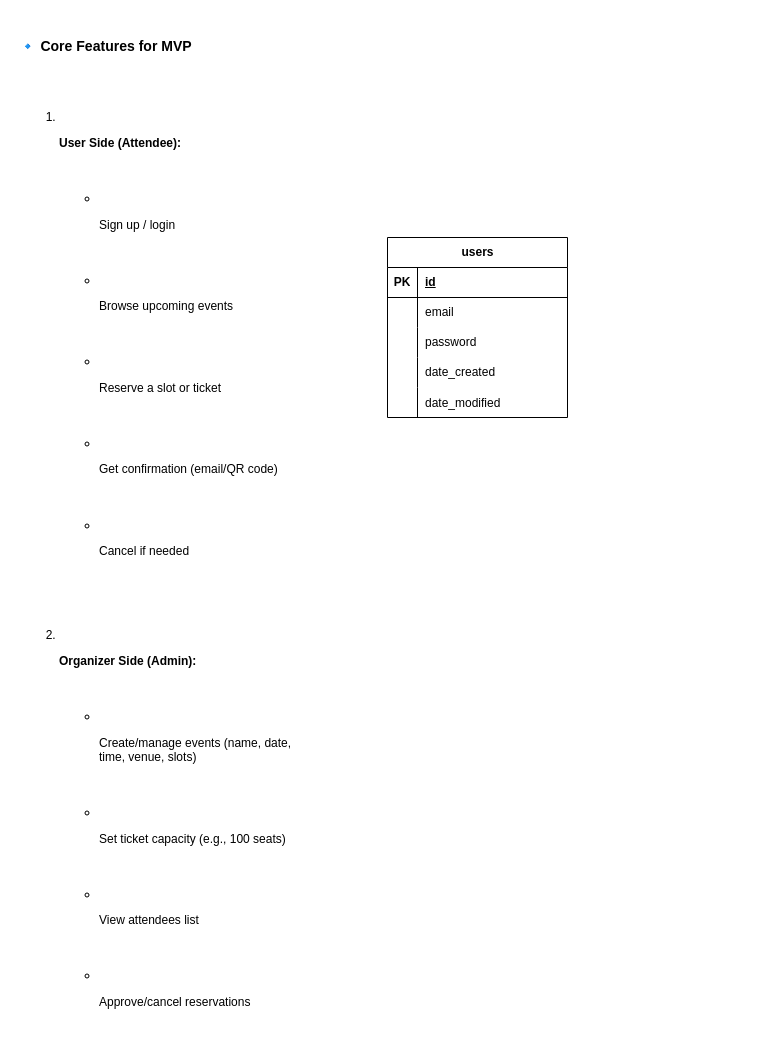
Jay200123/Reservation-API keeps this draw.io diagram as todo-reservation.drawio. Above is the earlier version. Source tidied: cells renumbered, new cells numbered last; positions are measured from the earlier drawing's top-left corner, leaving out a move shared by most shapes. Both pictures are drawn from the tidied source at 100%, with x=0, y=0 at pixel (17, 17).
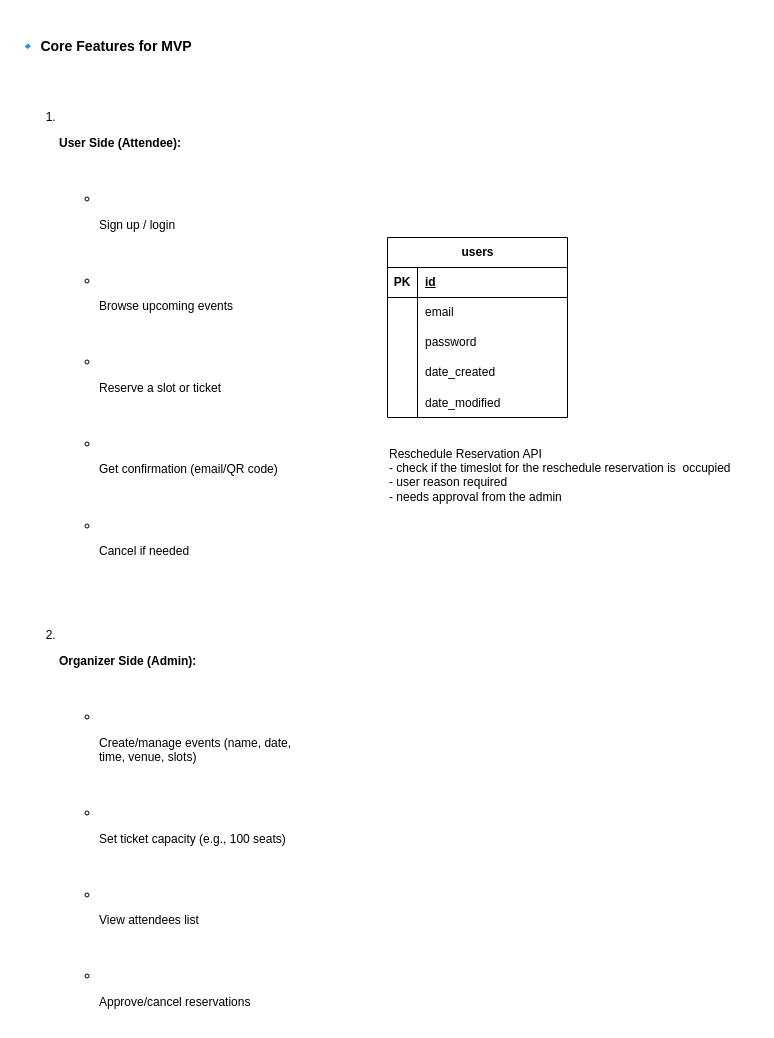
The same page after the edit.

Commit message:
Changed todo-reservation draw.io

The edit, as a diff of the source:
```diff
@@
 <mxGraphModel>
   <root>
     <mxCell id="0" />
     <mxCell id="1" parent="0" />
     <mxCell id="2" value="&lt;h3&gt;🔹 Core Features for MVP&lt;/h3&gt;&#10;&lt;ol&gt;&#10;&lt;li&gt;&#10;&lt;p&gt;&lt;strong&gt;User Side (Attendee):&lt;/strong&gt;&lt;/p&gt;&#10;&lt;ul&gt;&#10;&lt;li&gt;&#10;&lt;p&gt;Sign up / login&lt;/p&gt;&#10;&lt;/li&gt;&#10;&lt;li&gt;&#10;&lt;p&gt;Browse upcoming events&lt;/p&gt;&#10;&lt;/li&gt;&#10;&lt;li&gt;&#10;&lt;p&gt;Reserve a slot or ticket&lt;/p&gt;&#10;&lt;/li&gt;&#10;&lt;li&gt;&#10;&lt;p&gt;Get confirmation (email/QR code)&lt;/p&gt;&#10;&lt;/li&gt;&#10;&lt;li&gt;&#10;&lt;p&gt;Cancel if needed&lt;/p&gt;&#10;&lt;/li&gt;&#10;&lt;/ul&gt;&#10;&lt;/li&gt;&#10;&lt;li&gt;&#10;&lt;p&gt;&lt;strong&gt;Organizer Side (Admin):&lt;/strong&gt;&lt;/p&gt;&#10;&lt;ul&gt;&#10;&lt;li&gt;&#10;&lt;p&gt;Create/manage events (name, date, time, venue, slots)&lt;/p&gt;&#10;&lt;/li&gt;&#10;&lt;li&gt;&#10;&lt;p&gt;Set ticket capacity (e.g., 100 seats)&lt;/p&gt;&#10;&lt;/li&gt;&#10;&lt;li&gt;&#10;&lt;p&gt;View attendees list&lt;/p&gt;&#10;&lt;/li&gt;&#10;&lt;li&gt;&#10;&lt;p&gt;Approve/cancel reservations&lt;/p&gt;&lt;/li&gt;&lt;/ul&gt;&lt;/li&gt;&lt;/ol&gt;" style="text;whiteSpace=wrap;html=1;" parent="1" vertex="1">
       <mxGeometry width="300" height="510" as="geometry" />
     </mxCell>
     <mxCell id="3" value="users" style="shape=table;startSize=30;childLayout=tableLayout;rowLines=0;fontStyle=1;align=center;html=1;" parent="1" vertex="1">
       <mxGeometry x="370" y="220" width="180" height="180" as="geometry" />
     </mxCell>
     <mxCell id="4" style="shape=tableRow;horizontal=0;startSize=0;swimlaneHead=0;swimlaneBody=0;fillColor=none;top=0;left=0;right=0;bottom=1;" parent="3" vertex="1">
       <mxGeometry y="30" width="180" height="30" as="geometry" />
     </mxCell>
     <mxCell id="5" value="PK" style="shape=partialRectangle;fillColor=none;top=0;left=0;bottom=0;right=0;fontStyle=1;overflow=hidden;whiteSpace=wrap;html=1;" parent="4" vertex="1">
       <mxGeometry width="30" height="30" as="geometry" />
     </mxCell>
     <mxCell id="6" value="id" style="shape=partialRectangle;fillColor=none;top=0;left=0;bottom=0;right=0;align=left;spacingLeft=6;fontStyle=5;overflow=hidden;whiteSpace=wrap;html=1;" parent="4" vertex="1">
       <mxGeometry x="30" width="150" height="30" as="geometry" />
     </mxCell>
     <mxCell id="7" style="shape=tableRow;horizontal=0;startSize=0;swimlaneHead=0;swimlaneBody=0;fillColor=none;top=0;left=0;right=0;bottom=0;" parent="3" vertex="1">
       <mxGeometry y="60" width="180" height="30" as="geometry" />
     </mxCell>
     <mxCell id="8" style="shape=partialRectangle;fillColor=none;top=0;left=0;bottom=0;right=0;overflow=hidden;whiteSpace=wrap;html=1;" parent="7" vertex="1">
       <mxGeometry width="30" height="30" as="geometry" />
     </mxCell>
     <mxCell id="9" value="email" style="shape=partialRectangle;fillColor=none;top=0;left=0;bottom=0;right=0;align=left;spacingLeft=6;overflow=hidden;whiteSpace=wrap;html=1;" parent="7" vertex="1">
       <mxGeometry x="30" width="150" height="30" as="geometry" />
     </mxCell>
     <mxCell id="10" style="shape=tableRow;horizontal=0;startSize=0;swimlaneHead=0;swimlaneBody=0;fillColor=none;top=0;left=0;right=0;bottom=0;" parent="3" vertex="1">
       <mxGeometry y="90" width="180" height="30" as="geometry" />
     </mxCell>
     <mxCell id="11" style="shape=partialRectangle;fillColor=none;top=0;left=0;bottom=0;right=0;overflow=hidden;whiteSpace=wrap;html=1;" parent="10" vertex="1">
       <mxGeometry width="30" height="30" as="geometry" />
     </mxCell>
     <mxCell id="12" value="password" style="shape=partialRectangle;fillColor=none;top=0;left=0;bottom=0;right=0;align=left;spacingLeft=6;overflow=hidden;whiteSpace=wrap;html=1;" parent="10" vertex="1">
       <mxGeometry x="30" width="150" height="30" as="geometry" />
     </mxCell>
     <mxCell id="13" style="shape=tableRow;horizontal=0;startSize=0;swimlaneHead=0;swimlaneBody=0;fillColor=none;top=0;left=0;right=0;bottom=0;" parent="3" vertex="1">
       <mxGeometry y="120" width="180" height="30" as="geometry" />
     </mxCell>
     <mxCell id="14" style="shape=partialRectangle;fillColor=none;top=0;left=0;bottom=0;right=0;overflow=hidden;whiteSpace=wrap;html=1;" parent="13" vertex="1">
       <mxGeometry width="30" height="30" as="geometry" />
     </mxCell>
     <mxCell id="15" value="date_created" style="shape=partialRectangle;fillColor=none;top=0;left=0;bottom=0;right=0;align=left;spacingLeft=6;overflow=hidden;whiteSpace=wrap;html=1;" parent="13" vertex="1">
       <mxGeometry x="30" width="150" height="30" as="geometry" />
     </mxCell>
     <mxCell id="16" style="shape=tableRow;horizontal=0;startSize=0;swimlaneHead=0;swimlaneBody=0;fillColor=none;top=0;left=0;right=0;bottom=0;" parent="3" vertex="1">
       <mxGeometry y="150" width="180" height="30" as="geometry" />
     </mxCell>
     <mxCell id="17" style="shape=partialRectangle;fillColor=none;top=0;left=0;bottom=0;right=0;overflow=hidden;" parent="16" vertex="1">
       <mxGeometry width="30" height="30" as="geometry" />
     </mxCell>
     <mxCell id="18" value="date_modified" style="shape=partialRectangle;fillColor=none;top=0;left=0;bottom=0;right=0;align=left;spacingLeft=6;overflow=hidden;" parent="16" vertex="1">
       <mxGeometry x="30" width="150" height="30" as="geometry" />
     </mxCell>
+    <mxCell id="19" value="Reschedule Reservation API&lt;div&gt;- check if the timeslot for the reschedule reservation is&amp;nbsp; occupied&lt;/div&gt;&lt;div&gt;- user reason required&lt;/div&gt;&lt;div&gt;- needs approval from the admin&lt;br&gt;&lt;div&gt;&lt;br&gt;&lt;/div&gt;&lt;/div&gt;" style="text;html=1;align=left;verticalAlign=middle;strokeColor=none;fillColor=none;" parent="1" vertex="1">
+      <mxGeometry x="370" y="420" width="370" height="90" as="geometry" />
+    </mxCell>
   </root>
 </mxGraphModel>
```
